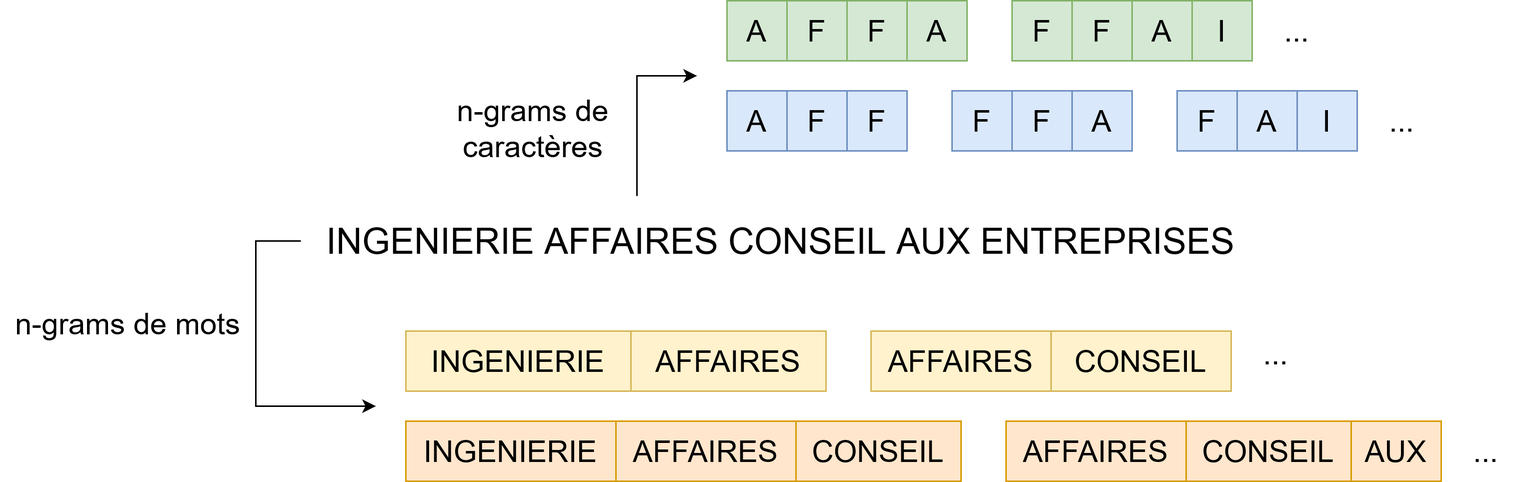
Earlier version of the draw.io export doc/seminaire-dms-oct-2022/slides/img/n-grams.png (InseeFrLab/codif-ape-train). Source tidied: cells renumbered, new cells last; positions are measured from the earlier drawing's top-left corner, leaving out a move shared by most shapes. Source of this version:
```xml
<mxGraphModel>
  <root>
    <mxCell id="0" />
    <mxCell id="1" parent="0" />
    <mxCell id="2" value="&lt;font style=&quot;font-size: 24px;&quot;&gt;INGENIERIE AFFAIRES CONSEIL AUX ENTREPRISES&lt;/font&gt;" style="text;html=1;strokeColor=none;fillColor=none;align=center;verticalAlign=middle;whiteSpace=wrap;rounded=0;" parent="1" vertex="1">
      <mxGeometry x="180" y="130" width="680" height="60" as="geometry" />
    </mxCell>
    <mxCell id="3" value="&lt;font style=&quot;font-size: 20px;&quot;&gt;INGENIERIE&lt;/font&gt;" style="rounded=0;whiteSpace=wrap;html=1;fillColor=#fff2cc;strokeColor=#d6b656;" parent="1" vertex="1">
      <mxGeometry x="270" y="220" width="150" height="40" as="geometry" />
    </mxCell>
    <mxCell id="4" value="&lt;font style=&quot;font-size: 20px;&quot;&gt;AFFAIRES&lt;/font&gt;" style="rounded=0;whiteSpace=wrap;html=1;fillColor=#fff2cc;strokeColor=#d6b656;" parent="1" vertex="1">
      <mxGeometry x="420" y="220" width="130" height="40" as="geometry" />
    </mxCell>
    <mxCell id="5" value="&lt;font style=&quot;font-size: 20px;&quot;&gt;AFFAIRES&lt;/font&gt;" style="rounded=0;whiteSpace=wrap;html=1;fillColor=#fff2cc;strokeColor=#d6b656;" parent="1" vertex="1">
      <mxGeometry x="580" y="220" width="120" height="40" as="geometry" />
    </mxCell>
    <mxCell id="6" value="&lt;font style=&quot;font-size: 20px;&quot;&gt;CONSEIL&lt;/font&gt;" style="rounded=0;whiteSpace=wrap;html=1;fillColor=#fff2cc;strokeColor=#d6b656;" parent="1" vertex="1">
      <mxGeometry x="700" y="220" width="120" height="40" as="geometry" />
    </mxCell>
    <mxCell id="7" value="&lt;font style=&quot;font-size: 20px;&quot;&gt;INGENIERIE&lt;/font&gt;" style="rounded=0;whiteSpace=wrap;html=1;fillColor=#ffe6cc;strokeColor=#d79b00;" parent="1" vertex="1">
      <mxGeometry x="270" y="280" width="140" height="40" as="geometry" />
    </mxCell>
    <mxCell id="8" value="&lt;font style=&quot;font-size: 20px;&quot;&gt;AFFAIRES&lt;/font&gt;" style="rounded=0;whiteSpace=wrap;html=1;fillColor=#ffe6cc;strokeColor=#d79b00;" parent="1" vertex="1">
      <mxGeometry x="410" y="280" width="120" height="40" as="geometry" />
    </mxCell>
    <mxCell id="9" value="&lt;font style=&quot;font-size: 20px;&quot;&gt;CONSEIL&lt;/font&gt;" style="rounded=0;whiteSpace=wrap;html=1;fillColor=#ffe6cc;strokeColor=#d79b00;" parent="1" vertex="1">
      <mxGeometry x="530" y="280" width="110" height="40" as="geometry" />
    </mxCell>
    <mxCell id="10" value="&lt;font style=&quot;font-size: 20px;&quot;&gt;AFFAIRES&lt;/font&gt;" style="rounded=0;whiteSpace=wrap;html=1;fillColor=#ffe6cc;strokeColor=#d79b00;" parent="1" vertex="1">
      <mxGeometry x="670" y="280" width="120" height="40" as="geometry" />
    </mxCell>
    <mxCell id="11" value="&lt;font style=&quot;font-size: 20px;&quot;&gt;CONSEIL&lt;/font&gt;" style="rounded=0;whiteSpace=wrap;html=1;fillColor=#ffe6cc;strokeColor=#d79b00;" parent="1" vertex="1">
      <mxGeometry x="790" y="280" width="110" height="40" as="geometry" />
    </mxCell>
    <mxCell id="12" value="&lt;font style=&quot;font-size: 20px;&quot;&gt;AUX&lt;/font&gt;" style="rounded=0;whiteSpace=wrap;html=1;fillColor=#ffe6cc;strokeColor=#d79b00;" parent="1" vertex="1">
      <mxGeometry x="900" y="280" width="60" height="40" as="geometry" />
    </mxCell>
    <mxCell id="13" value="&lt;font style=&quot;font-size: 20px;&quot;&gt;A&lt;/font&gt;" style="rounded=0;whiteSpace=wrap;html=1;fillColor=#dae8fc;strokeColor=#6c8ebf;" parent="1" vertex="1">
      <mxGeometry x="484" y="60" width="40" height="40" as="geometry" />
    </mxCell>
    <mxCell id="14" value="&lt;font style=&quot;font-size: 20px;&quot;&gt;F&lt;/font&gt;" style="rounded=0;whiteSpace=wrap;html=1;fillColor=#dae8fc;strokeColor=#6c8ebf;" parent="1" vertex="1">
      <mxGeometry x="524" y="60" width="40" height="40" as="geometry" />
    </mxCell>
    <mxCell id="15" value="&lt;font style=&quot;font-size: 20px;&quot;&gt;F&lt;/font&gt;" style="rounded=0;whiteSpace=wrap;html=1;fillColor=#dae8fc;strokeColor=#6c8ebf;" parent="1" vertex="1">
      <mxGeometry x="564" y="60" width="40" height="40" as="geometry" />
    </mxCell>
    <mxCell id="16" style="endArrow=classic;html=1;rounded=0;fontSize=24;" parent="1" edge="1">
      <mxGeometry relative="1" as="geometry">
        <mxPoint x="424" y="130" as="sourcePoint" />
        <mxPoint x="464" y="50" as="targetPoint" />
        <Array as="points">
          <mxPoint x="424" y="50" />
        </Array>
      </mxGeometry>
    </mxCell>
    <mxCell id="17" value="&lt;font style=&quot;font-size: 20px;&quot;&gt;F&lt;/font&gt;" style="rounded=0;whiteSpace=wrap;html=1;fillColor=#dae8fc;strokeColor=#6c8ebf;" parent="1" vertex="1">
      <mxGeometry x="634" y="60" width="40" height="40" as="geometry" />
    </mxCell>
    <mxCell id="18" value="&lt;font style=&quot;font-size: 20px;&quot;&gt;F&lt;/font&gt;" style="rounded=0;whiteSpace=wrap;html=1;fillColor=#dae8fc;strokeColor=#6c8ebf;" parent="1" vertex="1">
      <mxGeometry x="674" y="60" width="40" height="40" as="geometry" />
    </mxCell>
    <mxCell id="19" value="&lt;font style=&quot;font-size: 20px;&quot;&gt;A&lt;/font&gt;" style="rounded=0;whiteSpace=wrap;html=1;fillColor=#dae8fc;strokeColor=#6c8ebf;" parent="1" vertex="1">
      <mxGeometry x="714" y="60" width="40" height="40" as="geometry" />
    </mxCell>
    <mxCell id="20" value="&lt;font style=&quot;font-size: 20px;&quot;&gt;F&lt;/font&gt;" style="rounded=0;whiteSpace=wrap;html=1;fillColor=#dae8fc;strokeColor=#6c8ebf;" parent="1" vertex="1">
      <mxGeometry x="784" y="60" width="40" height="40" as="geometry" />
    </mxCell>
    <mxCell id="21" value="&lt;font style=&quot;font-size: 20px;&quot;&gt;A&lt;/font&gt;" style="rounded=0;whiteSpace=wrap;html=1;fillColor=#dae8fc;strokeColor=#6c8ebf;" parent="1" vertex="1">
      <mxGeometry x="824" y="60" width="40" height="40" as="geometry" />
    </mxCell>
    <mxCell id="22" value="&lt;font style=&quot;font-size: 20px;&quot;&gt;I&lt;/font&gt;" style="rounded=0;whiteSpace=wrap;html=1;fillColor=#dae8fc;strokeColor=#6c8ebf;" parent="1" vertex="1">
      <mxGeometry x="864" y="60" width="40" height="40" as="geometry" />
    </mxCell>
    <mxCell id="23" value="&lt;font style=&quot;font-size: 20px;&quot;&gt;A&lt;/font&gt;" style="rounded=0;whiteSpace=wrap;html=1;fillColor=#d5e8d4;strokeColor=#82b366;" parent="1" vertex="1">
      <mxGeometry x="484" width="40" height="40" as="geometry" />
    </mxCell>
    <mxCell id="24" value="&lt;font style=&quot;font-size: 20px;&quot;&gt;F&lt;/font&gt;" style="rounded=0;whiteSpace=wrap;html=1;fillColor=#d5e8d4;strokeColor=#82b366;" parent="1" vertex="1">
      <mxGeometry x="524" width="40" height="40" as="geometry" />
    </mxCell>
    <mxCell id="25" value="&lt;font style=&quot;font-size: 20px;&quot;&gt;F&lt;/font&gt;" style="rounded=0;whiteSpace=wrap;html=1;fillColor=#d5e8d4;strokeColor=#82b366;" parent="1" vertex="1">
      <mxGeometry x="564" width="40" height="40" as="geometry" />
    </mxCell>
    <mxCell id="26" value="&lt;font style=&quot;font-size: 20px;&quot;&gt;A&lt;/font&gt;" style="rounded=0;whiteSpace=wrap;html=1;fillColor=#d5e8d4;strokeColor=#82b366;" parent="1" vertex="1">
      <mxGeometry x="604" width="40" height="40" as="geometry" />
    </mxCell>
    <mxCell id="27" value="&lt;font style=&quot;font-size: 20px;&quot;&gt;F&lt;/font&gt;" style="rounded=0;whiteSpace=wrap;html=1;fillColor=#d5e8d4;strokeColor=#82b366;" parent="1" vertex="1">
      <mxGeometry x="674" width="40" height="40" as="geometry" />
    </mxCell>
    <mxCell id="28" value="&lt;font style=&quot;font-size: 20px;&quot;&gt;F&lt;/font&gt;" style="rounded=0;whiteSpace=wrap;html=1;fillColor=#d5e8d4;strokeColor=#82b366;" parent="1" vertex="1">
      <mxGeometry x="714" width="40" height="40" as="geometry" />
    </mxCell>
    <mxCell id="29" value="&lt;font style=&quot;font-size: 20px;&quot;&gt;A&lt;/font&gt;" style="rounded=0;whiteSpace=wrap;html=1;fillColor=#d5e8d4;strokeColor=#82b366;" parent="1" vertex="1">
      <mxGeometry x="754" width="40" height="40" as="geometry" />
    </mxCell>
    <mxCell id="30" value="&lt;font style=&quot;font-size: 20px;&quot;&gt;I&lt;/font&gt;" style="rounded=0;whiteSpace=wrap;html=1;fillColor=#d5e8d4;strokeColor=#82b366;" parent="1" vertex="1">
      <mxGeometry x="794" width="40" height="40" as="geometry" />
    </mxCell>
    <mxCell id="31" style="endArrow=classic;html=1;rounded=0;fontSize=20;" parent="1" edge="1">
      <mxGeometry relative="1" as="geometry">
        <mxPoint x="200" y="160" as="sourcePoint" />
        <mxPoint x="250" y="270" as="targetPoint" />
        <Array as="points">
          <mxPoint x="170" y="160" />
          <mxPoint x="170" y="270" />
        </Array>
      </mxGeometry>
    </mxCell>
    <mxCell id="32" value="&lt;div&gt;...&lt;/div&gt;" style="text;html=1;strokeColor=none;fillColor=none;align=center;verticalAlign=middle;whiteSpace=wrap;rounded=0;fontSize=20;" parent="1" vertex="1">
      <mxGeometry x="820" y="220" width="60" height="30" as="geometry" />
    </mxCell>
    <mxCell id="33" value="&lt;div&gt;...&lt;/div&gt;" style="text;html=1;strokeColor=none;fillColor=none;align=center;verticalAlign=middle;whiteSpace=wrap;rounded=0;fontSize=20;" parent="1" vertex="1">
      <mxGeometry x="960" y="285" width="60" height="30" as="geometry" />
    </mxCell>
    <mxCell id="34" value="&lt;div&gt;...&lt;/div&gt;" style="text;html=1;strokeColor=none;fillColor=none;align=center;verticalAlign=middle;whiteSpace=wrap;rounded=0;fontSize=20;" parent="1" vertex="1">
      <mxGeometry x="834" y="5" width="60" height="30" as="geometry" />
    </mxCell>
    <mxCell id="35" value="&lt;div&gt;...&lt;/div&gt;" style="text;html=1;strokeColor=none;fillColor=none;align=center;verticalAlign=middle;whiteSpace=wrap;rounded=0;fontSize=20;" parent="1" vertex="1">
      <mxGeometry x="904" y="65" width="60" height="30" as="geometry" />
    </mxCell>
    <mxCell id="36" value="n-grams de caractères" style="text;html=1;strokeColor=none;fillColor=none;align=center;verticalAlign=middle;whiteSpace=wrap;rounded=0;fontSize=20;" parent="1" vertex="1">
      <mxGeometry x="270" y="70" width="170" height="30" as="geometry" />
    </mxCell>
    <mxCell id="37" value="n-grams de mots" style="text;html=1;strokeColor=none;fillColor=none;align=center;verticalAlign=middle;whiteSpace=wrap;rounded=0;fontSize=20;" parent="1" vertex="1">
      <mxGeometry y="200" width="170" height="30" as="geometry" />
    </mxCell>
  </root>
</mxGraphModel>
```
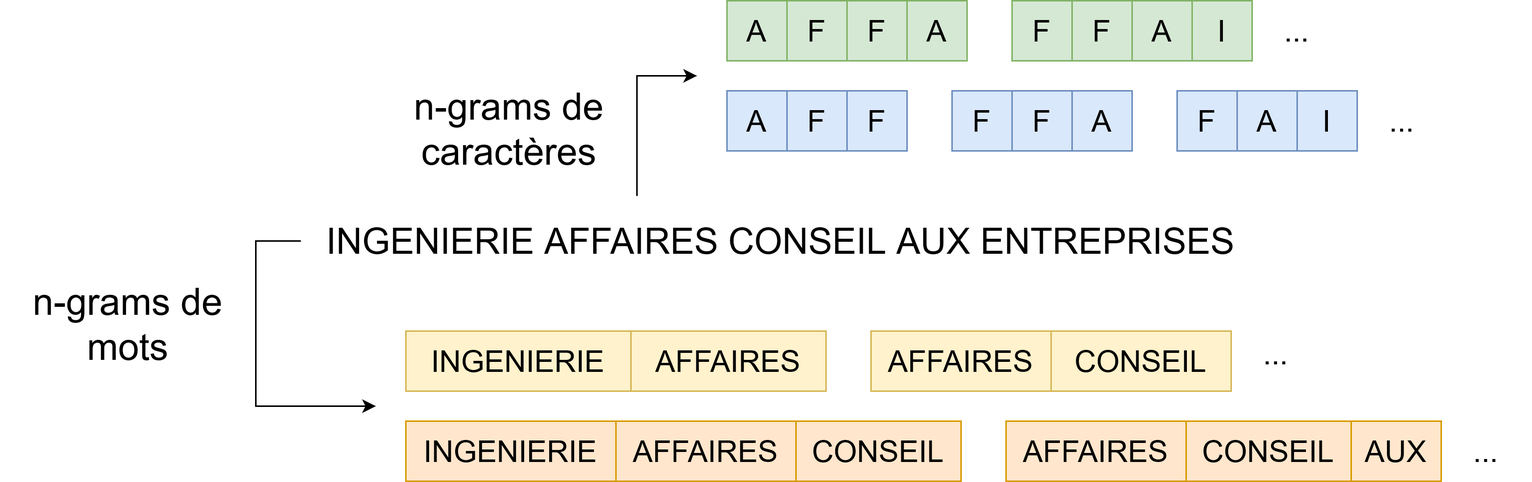
After the commit.

Change to the diagram source:
```diff
@@ -117,10 +117,10 @@
     <mxCell id="35" value="&lt;div&gt;...&lt;/div&gt;" style="text;html=1;strokeColor=none;fillColor=none;align=center;verticalAlign=middle;whiteSpace=wrap;rounded=0;fontSize=20;" parent="1" vertex="1">
       <mxGeometry x="904" y="65" width="60" height="30" as="geometry" />
     </mxCell>
-    <mxCell id="36" value="n-grams de caractères" style="text;html=1;strokeColor=none;fillColor=none;align=center;verticalAlign=middle;whiteSpace=wrap;rounded=0;fontSize=20;" parent="1" vertex="1">
-      <mxGeometry x="270" y="70" width="170" height="30" as="geometry" />
+    <mxCell id="36" value="&lt;font style=&quot;font-size: 25px;&quot;&gt;n-grams de caractères&lt;/font&gt;" style="text;html=1;strokeColor=none;fillColor=none;align=center;verticalAlign=middle;whiteSpace=wrap;rounded=0;fontSize=20;" parent="1" vertex="1">
+      <mxGeometry x="254" y="70" width="170" height="30" as="geometry" />
     </mxCell>
-    <mxCell id="37" value="n-grams de mots" style="text;html=1;strokeColor=none;fillColor=none;align=center;verticalAlign=middle;whiteSpace=wrap;rounded=0;fontSize=20;" parent="1" vertex="1">
+    <mxCell id="37" value="&lt;font style=&quot;font-size: 25px;&quot;&gt;n-grams de mots&lt;/font&gt;" style="text;html=1;strokeColor=none;fillColor=none;align=center;verticalAlign=middle;whiteSpace=wrap;rounded=0;fontSize=20;" parent="1" vertex="1">
       <mxGeometry y="200" width="170" height="30" as="geometry" />
     </mxCell>
   </root>
```
